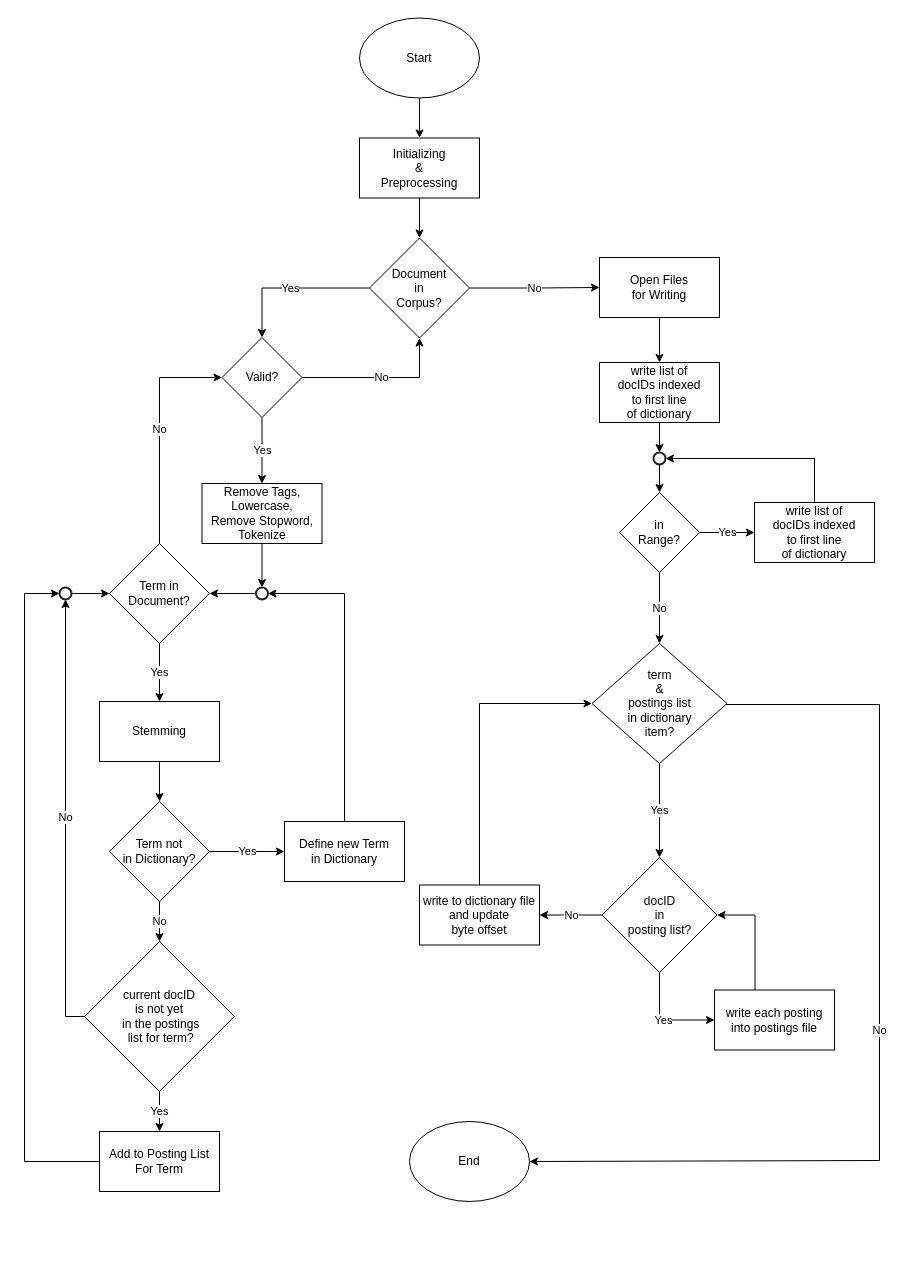
Above: Index.drawio in eliteraihan/boolean-retrieval-engine (draw.io), before the change. Source tidied: cells renumbered, new cells numbered last; positions are measured from the earlier drawing's top-left corner, leaving out a move shared by most shapes. Both pictures are drawn from the tidied source at 100%, with x=0, y=0 at pixel (24, 17).
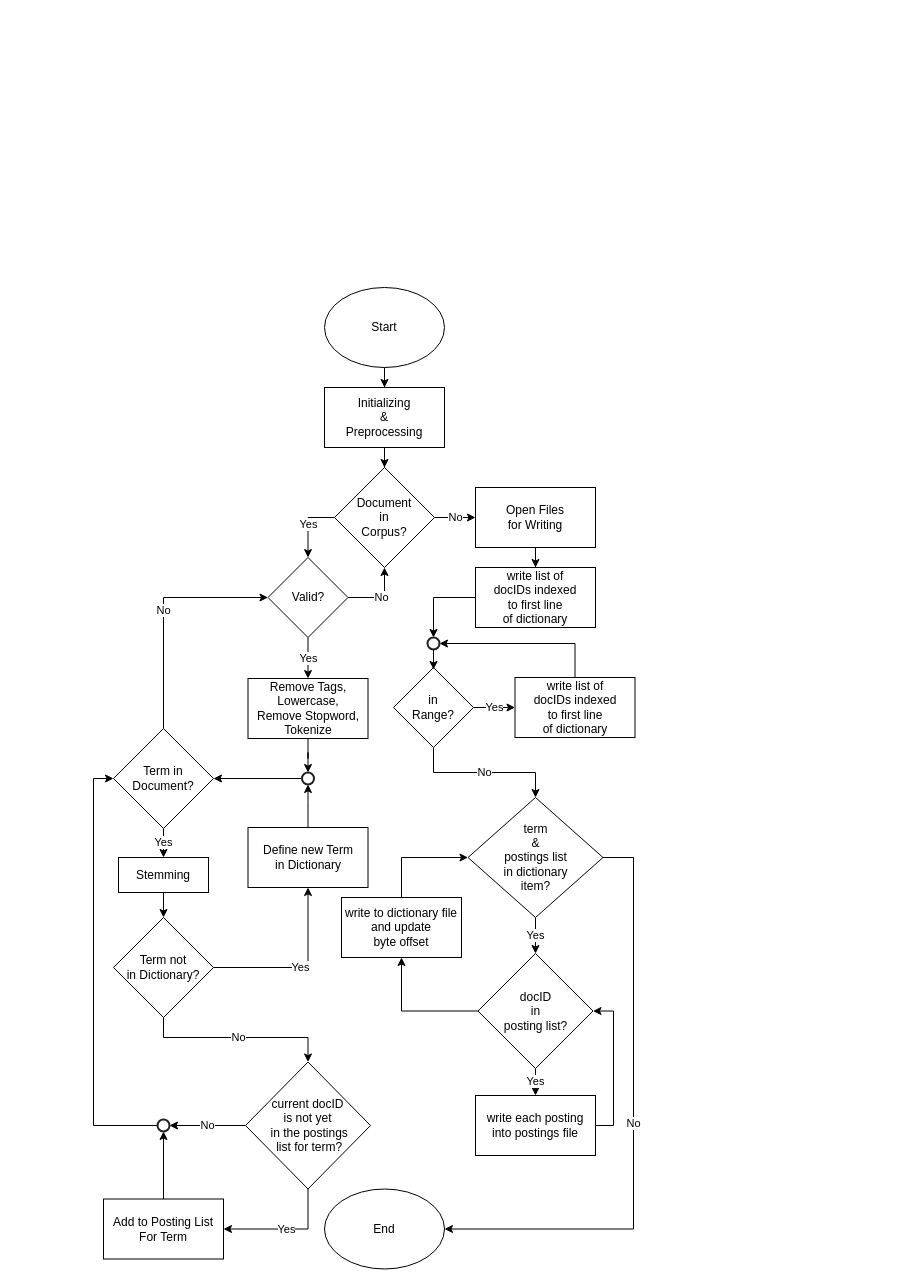
Above is the later version.

Diff of the diagram source:
```diff
@@
     <mxCell id="3" value="Start" style="ellipse;whiteSpace=wrap;html=1;" parent="1" vertex="1">
-      <mxGeometry x="335" y="0.5" width="120" height="80" as="geometry" />
+      <mxGeometry x="300" y="270" width="120" height="80" as="geometry" />
     </mxCell>
@@
     <mxCell id="5" value="Initializing&lt;br&gt;&amp;amp;&lt;br&gt;Preprocessing" style="rounded=0;whiteSpace=wrap;html=1;" parent="1" vertex="1">
-      <mxGeometry x="335" y="120.5" width="120" height="60" as="geometry" />
+      <mxGeometry x="300" y="370" width="120" height="60" as="geometry" />
     </mxCell>
-    <mxCell id="6" value="Yes" style="edgeStyle=orthogonalEdgeStyle;rounded=0;jettySize=auto;html=1;entryX=0.5;entryY=0;entryDx=0;entryDy=0;" parent="1" edge="1" source="8" target="11">
+    <mxCell id="6" value="Yes" style="edgeStyle=orthogonalEdgeStyle;rounded=0;jettySize=auto;html=1;entryX=0.5;entryY=0;entryDx=0;entryDy=0;exitX=0;exitY=0.5;exitDx=0;exitDy=0;" parent="1" edge="1" source="8" target="11">
       <mxGeometry relative="1" as="geometry">
         <Array as="points">
-          <mxPoint x="237" y="270" />
+          <mxPoint x="284" y="500" />
         </Array>
       </mxGeometry>
     </mxCell>
@@
     <mxCell id="8" value="Document&lt;br&gt;in&lt;br&gt;Corpus?" style="rhombus;whiteSpace=wrap;html=1;" parent="1" vertex="1">
-      <mxGeometry x="345" y="220.5" width="100" height="100" as="geometry" />
+      <mxGeometry x="310" y="450" width="100" height="100" as="geometry" />
     </mxCell>
@@
-    <mxCell id="10" value="No" style="edgeStyle=orthogonalEdgeStyle;rounded=0;jettySize=auto;html=1;entryX=0.5;entryY=1;entryDx=0;entryDy=0;" parent="1" edge="1" source="11" target="8">
+    <mxCell id="10" value="No" style="edgeStyle=orthogonalEdgeStyle;rounded=0;jettySize=auto;html=1;entryX=0.5;entryY=1;entryDx=0;entryDy=0;exitX=1;exitY=0.5;exitDx=0;exitDy=0;" parent="1" edge="1" source="11" target="8">
       <mxGeometry relative="1" as="geometry">
         <Array as="points">
-          <mxPoint x="395" y="360" />
+          <mxPoint x="360" y="580" />
         </Array>
       </mxGeometry>
     </mxCell>
     <mxCell id="11" value="Valid?" style="rhombus;whiteSpace=wrap;html=1;" parent="1" vertex="1">
-      <mxGeometry x="197.5" y="320" width="80" height="80" as="geometry" />
+      <mxGeometry x="243.5" y="540" width="80" height="80" as="geometry" />
     </mxCell>
@@
     <mxCell id="14" value="Term in&lt;br&gt;Document?" style="rhombus;whiteSpace=wrap;html=1;" parent="1" vertex="1">
-      <mxGeometry x="85" y="526" width="100" height="100" as="geometry" />
+      <mxGeometry x="89" y="711" width="100" height="100" as="geometry" />
     </mxCell>
@@
-    <mxCell id="16" value="No" style="edgeStyle=orthogonalEdgeStyle;rounded=0;jettySize=auto;html=1;" parent="1" edge="1" source="17" target="22">
-      <mxGeometry relative="1" as="geometry" />
+    <mxCell id="16" value="No" style="edgeStyle=orthogonalEdgeStyle;rounded=0;jettySize=auto;html=1;entryX=0.5;entryY=0;entryDx=0;entryDy=0;" parent="1" edge="1" source="17" target="22">
+      <mxGeometry relative="1" as="geometry">
+        <Array as="points">
+          <mxPoint x="139" y="1020" />
+          <mxPoint x="284" y="1020" />
+        </Array>
+      </mxGeometry>
     </mxCell>
     <mxCell id="17" value="Term not&lt;br&gt;in Dictionary?" style="rhombus;whiteSpace=wrap;html=1;" parent="1" vertex="1">
-      <mxGeometry x="85" y="784" width="100" height="100" as="geometry" />
+      <mxGeometry x="89" y="900" width="100" height="100" as="geometry" />
     </mxCell>
-    <mxCell id="18" style="edgeStyle=orthogonalEdgeStyle;rounded=0;jettySize=auto;html=1;entryX=1;entryY=0.5;entryDx=0;entryDy=0;entryPerimeter=0;" parent="1" edge="1" source="19" target="52">
+    <mxCell id="18" style="edgeStyle=orthogonalEdgeStyle;rounded=0;jettySize=auto;html=1;exitX=0.5;exitY=0;exitDx=0;exitDy=0;entryX=0.5;entryY=1;entryDx=0;entryDy=0;entryPerimeter=0;" parent="1" edge="1" source="19" target="52">
       <mxGeometry relative="1" as="geometry">
         <Array as="points">
-          <mxPoint x="320" y="576" />
+          <mxPoint x="284" y="785" />
+          <mxPoint x="284" y="785" />
         </Array>
       </mxGeometry>
     </mxCell>
     <mxCell id="19" value="Define new Term&lt;br&gt;in Dictionary" style="rounded=0;whiteSpace=wrap;html=1;" parent="1" vertex="1">
-      <mxGeometry x="260" y="804" width="120" height="60" as="geometry" />
+      <mxGeometry x="223.5" y="810" width="120" height="60" as="geometry" />
     </mxCell>
-    <mxCell id="20" value="Yes" style="edgeStyle=orthogonalEdgeStyle;rounded=0;jettySize=auto;html=1;" parent="1" edge="1" source="22" target="24">
+    <mxCell id="20" value="Yes" style="edgeStyle=orthogonalEdgeStyle;rounded=0;jettySize=auto;html=1;entryX=1;entryY=0.5;entryDx=0;entryDy=0;exitX=0.5;exitY=1;exitDx=0;exitDy=0;" parent="1" edge="1" source="22" target="24">
       <mxGeometry relative="1" as="geometry" />
     </mxCell>
-    <mxCell id="21" value="No" style="edgeStyle=orthogonalEdgeStyle;rounded=0;jettySize=auto;html=1;entryX=0.5;entryY=1;entryDx=0;entryDy=0;entryPerimeter=0;" parent="1" edge="1" source="22" target="50">
-      <mxGeometry relative="1" as="geometry">
-        <Array as="points">
-          <mxPoint x="41" y="999" />
-        </Array>
-      </mxGeometry>
+    <mxCell id="21" value="No" style="edgeStyle=orthogonalEdgeStyle;rounded=0;jettySize=auto;html=1;entryX=1;entryY=0.5;entryDx=0;entryDy=0;entryPerimeter=0;" parent="1" edge="1" source="22" target="50">
+      <mxGeometry relative="1" as="geometry" />
     </mxCell>
     <mxCell id="22" value="current docID&lt;br&gt;is not yet&lt;br&gt;&amp;nbsp;in the postings&lt;br&gt;&amp;nbsp;list for term?" style="rhombus;whiteSpace=wrap;html=1;" parent="1" vertex="1">
-      <mxGeometry x="60" y="924" width="150" height="150" as="geometry" />
+      <mxGeometry x="221" y="1044.5" width="125" height="127" as="geometry" />
     </mxCell>
-    <mxCell id="23" style="edgeStyle=orthogonalEdgeStyle;rounded=0;jettySize=auto;html=1;entryX=0;entryY=0.5;entryDx=0;entryDy=0;entryPerimeter=0;exitX=0;exitY=0.5;exitDx=0;exitDy=0;" parent="1" edge="1" source="24" target="50">
-      <mxGeometry relative="1" as="geometry">
-        <Array as="points">
-          <mxPoint y="1144" />
-          <mxPoint y="576" />
-        </Array>
-      </mxGeometry>
+    <mxCell id="23" style="edgeStyle=orthogonalEdgeStyle;rounded=0;jettySize=auto;html=1;" parent="1" edge="1" source="24" target="50">
+      <mxGeometry relative="1" as="geometry" />
     </mxCell>
     <mxCell id="24" value="Add to Posting List For Term" style="rounded=0;whiteSpace=wrap;html=1;" parent="1" vertex="1">
-      <mxGeometry x="75" y="1114" width="120" height="60" as="geometry" />
+      <mxGeometry x="79" y="1181.5" width="120" height="60" as="geometry" />
     </mxCell>
@@
     <mxCell id="26" value="Stemming" style="rounded=0;whiteSpace=wrap;html=1;" parent="1" vertex="1">
-      <mxGeometry x="75" y="684" width="120" height="60" as="geometry" />
+      <mxGeometry x="94" y="840" width="90" height="35" as="geometry" />
     </mxCell>
-    <mxCell id="27" style="edgeStyle=orthogonalEdgeStyle;rounded=0;jettySize=auto;html=1;entryX=0.5;entryY=0;entryDx=0;entryDy=0;entryPerimeter=0;exitX=0.5;exitY=1;exitDx=0;exitDy=0;" parent="1" edge="1" source="28" target="52">
-      <mxGeometry relative="1" as="geometry">
-        <Array as="points">
-          <mxPoint x="237" y="570" />
-          <mxPoint x="237" y="570" />
-        </Array>
-      </mxGeometry>
+    <mxCell id="27" style="edgeStyle=orthogonalEdgeStyle;rounded=0;jettySize=auto;html=1;entryX=0.5;entryY=0;entryDx=0;entryDy=0;entryPerimeter=0;" parent="1" edge="1" source="28" target="52">
+      <mxGeometry relative="1" as="geometry" />
     </mxCell>
     <mxCell id="28" value="Remove Tags,&lt;br&gt;Lowercase,&lt;br&gt;Remove Stopword,&lt;br&gt;Tokenize" style="rounded=0;whiteSpace=wrap;html=1;" parent="1" vertex="1">
-      <mxGeometry x="177.5" y="466" width="120" height="60" as="geometry" />
+      <mxGeometry x="223.5" y="661" width="120" height="60" as="geometry" />
     </mxCell>
@@
     <mxCell id="30" value="Open Files&lt;br&gt;for Writing" style="rounded=0;whiteSpace=wrap;html=1;" parent="1" vertex="1">
-      <mxGeometry x="575" y="240" width="120" height="60" as="geometry" />
+      <mxGeometry x="451" y="470" width="120" height="60" as="geometry" />
     </mxCell>
@@
     <mxCell id="32" value="write list of&lt;br&gt;docIDs indexed&lt;br&gt;to first line&lt;br&gt;of dictionary" style="rounded=0;whiteSpace=wrap;html=1;" parent="1" vertex="1">
-      <mxGeometry x="575" y="345" width="120" height="60" as="geometry" />
+      <mxGeometry x="451" y="550" width="120" height="60" as="geometry" />
     </mxCell>
@@
     <mxCell id="35" value="in&lt;br&gt;Range?" style="rhombus;whiteSpace=wrap;html=1;" parent="1" vertex="1">
-      <mxGeometry x="595" y="475" width="80" height="80" as="geometry" />
+      <mxGeometry x="369" y="650" width="80" height="80" as="geometry" />
     </mxCell>
     <mxCell id="36" style="edgeStyle=orthogonalEdgeStyle;rounded=0;jettySize=auto;html=1;entryX=0.5;entryY=0;entryDx=0;entryDy=0;entryPerimeter=0;" parent="1" edge="1" source="37" target="54">
       <mxGeometry relative="1" as="geometry">
         <Array as="points">
-          <mxPoint x="789.5" y="441" />
+          <mxPoint x="550.5" y="626" />
         </Array>
       </mxGeometry>
     </mxCell>
     <mxCell id="37" value="write list of&lt;br&gt;docIDs indexed&lt;br&gt;to first line&lt;br&gt;of dictionary" style="rounded=0;whiteSpace=wrap;html=1;" parent="1" vertex="1">
-      <mxGeometry x="730" y="485" width="120" height="60" as="geometry" />
+      <mxGeometry x="490.5" y="660" width="120" height="60" as="geometry" />
     </mxCell>
@@
     <mxCell id="39" value="No" style="edgeStyle=orthogonalEdgeStyle;rounded=0;jettySize=auto;html=1;entryX=1;entryY=0.5;entryDx=0;entryDy=0;" parent="1" edge="1" source="40" target="46">
       <mxGeometry relative="1" as="geometry">
         <Array as="points">
-          <mxPoint x="855" y="687" />
-          <mxPoint x="855" y="1143" />
+          <mxPoint x="609" y="840" />
+          <mxPoint x="609" y="1211" />
         </Array>
       </mxGeometry>
     </mxCell>
     <mxCell id="40" value="term&lt;br&gt;&amp;amp;&lt;br&gt;postings list&lt;br&gt;in dictionary&lt;br&gt;item?" style="rhombus;whiteSpace=wrap;html=1;" parent="1" vertex="1">
-      <mxGeometry x="567.5" y="626" width="135" height="120" as="geometry" />
+      <mxGeometry x="443.5" y="780" width="135" height="120" as="geometry" />
     </mxCell>
+    <mxCell id="42" style="edgeStyle=orthogonalEdgeStyle;rounded=0;jettySize=auto;html=1;entryX=0.5;entryY=1;entryDx=0;entryDy=0;" parent="1" edge="1" source="43" target="48">
+      <mxGeometry relative="1" as="geometry" />
+    </mxCell>
-    <mxCell id="41" value="Yes" style="edgeStyle=orthogonalEdgeStyle;rounded=0;jettySize=auto;html=1;entryX=0;entryY=0.5;entryDx=0;entryDy=0;" parent="1" edge="1" source="43" target="45">
+    <mxCell id="41" value="Yes" style="edgeStyle=orthogonalEdgeStyle;rounded=0;jettySize=auto;html=1;" parent="1" edge="1" source="43" target="45">
       <mxGeometry relative="1" as="geometry" />
     </mxCell>
-    <mxCell id="42" value="No" style="edgeStyle=orthogonalEdgeStyle;rounded=0;jettySize=auto;html=1;" parent="1" edge="1" source="43" target="48">
-      <mxGeometry relative="1" as="geometry" />
-    </mxCell>
     <mxCell id="43" value="docID&lt;br&gt;in&lt;br&gt;posting list?" style="rhombus;whiteSpace=wrap;html=1;" parent="1" vertex="1">
-      <mxGeometry x="577.5" y="840" width="115" height="115" as="geometry" />
+      <mxGeometry x="453.5" y="936" width="115" height="115" as="geometry" />
     </mxCell>
-    <mxCell id="44" style="edgeStyle=orthogonalEdgeStyle;rounded=0;jettySize=auto;html=1;entryX=1;entryY=0.5;entryDx=0;entryDy=0;" parent="1" edge="1" source="45" target="43">
+    <mxCell id="44" style="edgeStyle=orthogonalEdgeStyle;rounded=0;jettySize=auto;html=1;entryX=1;entryY=0.5;entryDx=0;entryDy=0;exitX=1;exitY=0.5;exitDx=0;exitDy=0;" parent="1" edge="1" source="45" target="43">
       <mxGeometry relative="1" as="geometry">
         <Array as="points">
-          <mxPoint x="730.5" y="897.5" />
+          <mxPoint x="589" y="1108" />
+          <mxPoint x="589" y="994" />
         </Array>
       </mxGeometry>
     </mxCell>
     <mxCell id="45" value="write each posting into postings file&lt;br&gt;" style="rounded=0;whiteSpace=wrap;html=1;" parent="1" vertex="1">
-      <mxGeometry x="690" y="972.5" width="120" height="60" as="geometry" />
+      <mxGeometry x="451" y="1078" width="120" height="60" as="geometry" />
     </mxCell>
     <mxCell id="46" value="End" style="ellipse;whiteSpace=wrap;html=1;" parent="1" vertex="1">
-      <mxGeometry x="385" y="1104" width="120" height="80" as="geometry" />
+      <mxGeometry x="300" y="1171.5" width="120" height="80" as="geometry" />
     </mxCell>
     <mxCell id="47" style="edgeStyle=orthogonalEdgeStyle;rounded=0;jettySize=auto;html=1;entryX=0;entryY=0.5;entryDx=0;entryDy=0;exitX=0.5;exitY=0;exitDx=0;exitDy=0;" parent="1" edge="1" source="48" target="40">
-      <mxGeometry relative="1" as="geometry">
-        <Array as="points">
-          <mxPoint x="454.5" y="686" />
-        </Array>
-      </mxGeometry>
+      <mxGeometry relative="1" as="geometry" />
     </mxCell>
     <mxCell id="48" value="write to dictionary file and update&lt;br&gt;byte offset" style="rounded=0;whiteSpace=wrap;html=1;" parent="1" vertex="1">
-      <mxGeometry x="395" y="867.5" width="120" height="60" as="geometry" />
+      <mxGeometry x="317" y="880" width="120" height="60" as="geometry" />
     </mxCell>
-    <mxCell id="49" style="edgeStyle=orthogonalEdgeStyle;rounded=0;jettySize=auto;html=1;entryX=0;entryY=0.5;entryDx=0;entryDy=0;" parent="1" edge="1" source="50" target="14">
-      <mxGeometry relative="1" as="geometry" />
+    <mxCell id="49" style="edgeStyle=orthogonalEdgeStyle;rounded=0;jettySize=auto;html=1;exitX=0;exitY=0.5;exitDx=0;exitDy=0;exitPerimeter=0;" parent="1" edge="1" source="50" target="14">
+      <mxGeometry relative="1" as="geometry">
+        <Array as="points">
+          <mxPoint x="69" y="1108" />
+          <mxPoint x="69" y="761" />
+        </Array>
+      </mxGeometry>
     </mxCell>
     <mxCell id="50" style="html=1;verticalLabelPosition=bottom;labelBackgroundColor=#ffffff;verticalAlign=top;shadow=0;dashed=0;strokeWidth=2;shape=mxgraph.ios7.misc.circle;strokeColor=#222222;fillColor=none;" parent="1" vertex="1">
-      <mxGeometry x="35" y="570" width="12" height="12" as="geometry" />
+      <mxGeometry x="133" y="1102" width="12" height="12" as="geometry" />
     </mxCell>
@@
     <mxCell id="52" style="html=1;verticalLabelPosition=bottom;labelBackgroundColor=#ffffff;verticalAlign=top;shadow=0;dashed=0;strokeWidth=2;shape=mxgraph.ios7.misc.circle;strokeColor=#222222;fillColor=none;" parent="1" vertex="1">
-      <mxGeometry x="231.5" y="570" width="12" height="12" as="geometry" />
+      <mxGeometry x="277.5" y="755" width="12" height="12" as="geometry" />
     </mxCell>
-    <mxCell id="53" style="edgeStyle=orthogonalEdgeStyle;rounded=0;jettySize=auto;html=1;entryX=0.5;entryY=0;entryDx=0;entryDy=0;" parent="1" edge="1" source="54" target="35">
+    <mxCell id="53" style="edgeStyle=orthogonalEdgeStyle;rounded=0;jettySize=auto;html=1;entryX=0.502;entryY=0.027;entryDx=0;entryDy=0;entryPerimeter=0;" parent="1" edge="1" source="54" target="35">
       <mxGeometry relative="1" as="geometry" />
     </mxCell>
     <mxCell id="54" style="html=1;verticalLabelPosition=bottom;labelBackgroundColor=#ffffff;verticalAlign=top;shadow=0;dashed=0;strokeWidth=2;shape=mxgraph.ios7.misc.circle;strokeColor=#222222;fillColor=none;direction=south;" parent="1" vertex="1">
-      <mxGeometry x="629" y="435" width="12" height="12" as="geometry" />
+      <mxGeometry x="403" y="620" width="12" height="12" as="geometry" />
     </mxCell>
```
